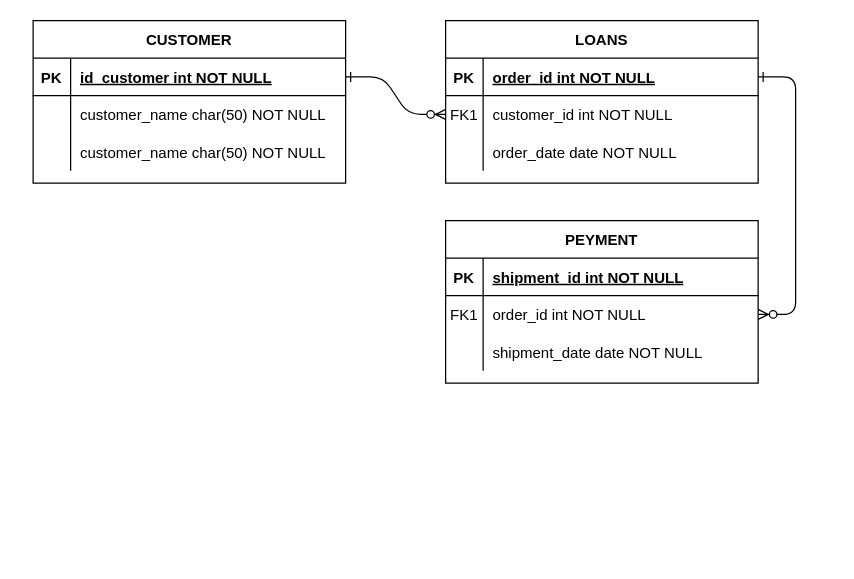
The draw.io diagram Untitled Diagram.drawio in aleestrada/Aprendo, before the edit. Source tidied: cells renumbered, new cells numbered last; positions are measured from the earlier drawing's top-left corner, leaving out a move shared by most shapes. Both pictures are drawn from the tidied source at 125%, with x=0, y=0 at pixel (32, 20).
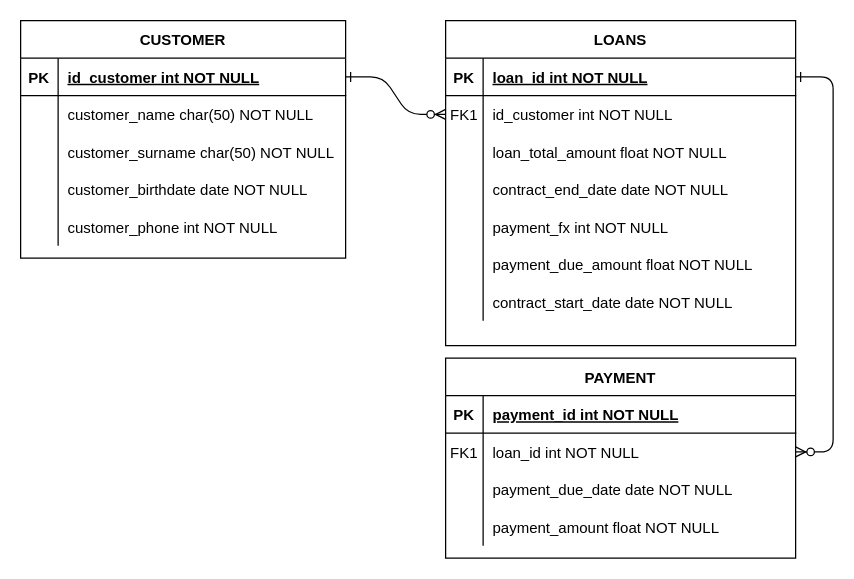
After the change.

Diff of the diagram source:
```diff
@@
     <mxCell id="4" value="LOANS" style="shape=table;startSize=30;childLayout=tableLayout;rowLines=0;fontStyle=1;align=center;" parent="1" vertex="1">
-      <mxGeometry x="330" width="250" height="130" as="geometry" />
+      <mxGeometry x="330" width="280" height="260" as="geometry" />
     </mxCell>
     <mxCell id="5" style="shape=partialRectangle;fillColor=none;points=[[0,0.5],[1,0.5]];portConstraint=eastwest;top=0;left=0;right=0;bottom=1;" parent="4" vertex="1">
-      <mxGeometry y="30" width="250" height="30" as="geometry" />
+      <mxGeometry y="30" width="280" height="30" as="geometry" />
     </mxCell>
@@
-    <mxCell id="7" value="order_id int NOT NULL " style="shape=partialRectangle;overflow=hidden;fillColor=none;top=0;left=0;bottom=0;right=0;align=left;spacingLeft=6;fontStyle=5;" parent="5" vertex="1">
-      <mxGeometry x="30" width="220" height="30" as="geometry" />
+    <mxCell id="7" value="loan_id int NOT NULL " style="shape=partialRectangle;overflow=hidden;fillColor=none;top=0;left=0;bottom=0;right=0;align=left;spacingLeft=6;fontStyle=5;" parent="5" vertex="1">
+      <mxGeometry x="30" width="250" height="30" as="geometry" />
     </mxCell>
     <mxCell id="8" style="shape=partialRectangle;fillColor=none;points=[[0,0.5],[1,0.5]];portConstraint=eastwest;top=0;left=0;right=0;bottom=0;" parent="4" vertex="1">
-      <mxGeometry y="60" width="250" height="30" as="geometry" />
+      <mxGeometry y="60" width="280" height="30" as="geometry" />
     </mxCell>
@@
-    <mxCell id="10" value="customer_id int NOT NULL" style="shape=partialRectangle;overflow=hidden;fillColor=none;top=0;left=0;bottom=0;right=0;align=left;spacingLeft=6;" parent="8" vertex="1">
-      <mxGeometry x="30" width="220" height="30" as="geometry" />
+    <mxCell id="10" value="id_customer int NOT NULL" style="shape=partialRectangle;overflow=hidden;fillColor=none;top=0;left=0;bottom=0;right=0;align=left;spacingLeft=6;" parent="8" vertex="1">
+      <mxGeometry x="30" width="250" height="30" as="geometry" />
     </mxCell>
     <mxCell id="11" style="shape=partialRectangle;fillColor=none;top=0;left=0;right=0;bottom=0;" parent="4" vertex="1">
-      <mxGeometry y="90" width="250" height="30" as="geometry" />
+      <mxGeometry y="90" width="280" height="30" as="geometry" />
     </mxCell>
@@
-    <mxCell id="13" value="order_date date NOT NULL" style="shape=partialRectangle;overflow=hidden;fillColor=none;top=0;left=0;bottom=0;right=0;align=left;spacingLeft=6;" parent="11" vertex="1">
-      <mxGeometry x="30" width="220" height="30" as="geometry" />
+    <mxCell id="13" value="loan_total_amount float NOT NULL" style="shape=partialRectangle;overflow=hidden;fillColor=none;top=0;left=0;bottom=0;right=0;align=left;spacingLeft=6;" parent="11" vertex="1">
+      <mxGeometry x="30" width="250" height="30" as="geometry" />
     </mxCell>
+    <mxCell id="34" style="shape=partialRectangle;fillColor=none;top=0;left=0;right=0;bottom=0;" parent="4" vertex="1">
+      <mxGeometry y="120" width="280" height="30" as="geometry" />
+    </mxCell>
+    <mxCell id="35" style="shape=partialRectangle;overflow=hidden;fillColor=none;top=0;left=0;bottom=0;right=0;" parent="34" vertex="1">
+      <mxGeometry width="30" height="30" as="geometry" />
+    </mxCell>
+    <mxCell id="36" value="contract_end_date date NOT NULL" style="shape=partialRectangle;overflow=hidden;fillColor=none;top=0;left=0;bottom=0;right=0;align=left;spacingLeft=6;" parent="34" vertex="1">
+      <mxGeometry x="30" width="250" height="30" as="geometry" />
+    </mxCell>
+    <mxCell id="37" style="shape=partialRectangle;fillColor=none;top=0;left=0;right=0;bottom=0;" parent="4" vertex="1">
+      <mxGeometry y="150" width="280" height="30" as="geometry" />
+    </mxCell>
+    <mxCell id="38" style="shape=partialRectangle;overflow=hidden;fillColor=none;top=0;left=0;bottom=0;right=0;" parent="37" vertex="1">
+      <mxGeometry width="30" height="30" as="geometry" />
+    </mxCell>
+    <mxCell id="39" value="payment_fx int NOT NULL" style="shape=partialRectangle;overflow=hidden;fillColor=none;top=0;left=0;bottom=0;right=0;align=left;spacingLeft=6;" parent="37" vertex="1">
+      <mxGeometry x="30" width="250" height="30" as="geometry" />
+    </mxCell>
+    <mxCell id="40" style="shape=partialRectangle;fillColor=none;top=0;left=0;right=0;bottom=0;" parent="4" vertex="1">
+      <mxGeometry y="180" width="280" height="30" as="geometry" />
+    </mxCell>
+    <mxCell id="41" style="shape=partialRectangle;overflow=hidden;fillColor=none;top=0;left=0;bottom=0;right=0;" parent="40" vertex="1">
+      <mxGeometry width="30" height="30" as="geometry" />
+    </mxCell>
+    <mxCell id="42" value="payment_due_amount float NOT NULL" style="shape=partialRectangle;overflow=hidden;fillColor=none;top=0;left=0;bottom=0;right=0;align=left;spacingLeft=6;" parent="40" vertex="1">
+      <mxGeometry x="30" width="250" height="30" as="geometry" />
+    </mxCell>
+    <mxCell id="43" style="shape=partialRectangle;fillColor=none;top=0;left=0;right=0;bottom=0;" parent="4" vertex="1">
+      <mxGeometry y="210" width="280" height="30" as="geometry" />
+    </mxCell>
+    <mxCell id="44" style="shape=partialRectangle;overflow=hidden;fillColor=none;top=0;left=0;bottom=0;right=0;" parent="43" vertex="1">
+      <mxGeometry width="30" height="30" as="geometry" />
+    </mxCell>
+    <mxCell id="45" value="contract_start_date date NOT NULL" style="shape=partialRectangle;overflow=hidden;fillColor=none;top=0;left=0;bottom=0;right=0;align=left;spacingLeft=6;" parent="43" vertex="1">
+      <mxGeometry x="30" width="250" height="30" as="geometry" />
+    </mxCell>
-    <mxCell id="14" value="PEYMENT" style="shape=table;startSize=30;childLayout=tableLayout;rowLines=0;fontStyle=1;align=center;" parent="1" vertex="1">
-      <mxGeometry x="330" y="160" width="250" height="130" as="geometry" />
+    <mxCell id="14" value="PAYMENT" style="shape=table;startSize=30;childLayout=tableLayout;rowLines=0;fontStyle=1;align=center;" parent="1" vertex="1">
+      <mxGeometry x="330" y="270" width="280" height="160" as="geometry" />
     </mxCell>
     <mxCell id="15" style="shape=partialRectangle;fillColor=none;top=0;left=0;right=0;bottom=1;" parent="14" vertex="1">
-      <mxGeometry y="30" width="250" height="30" as="geometry" />
+      <mxGeometry y="30" width="280" height="30" as="geometry" />
     </mxCell>
@@
-    <mxCell id="17" value="shipment_id int NOT NULL " style="shape=partialRectangle;overflow=hidden;fillColor=none;top=0;left=0;bottom=0;right=0;align=left;spacingLeft=6;fontStyle=5;" parent="15" vertex="1">
-      <mxGeometry x="30" width="220" height="30" as="geometry" />
+    <mxCell id="17" value="payment_id int NOT NULL " style="shape=partialRectangle;overflow=hidden;fillColor=none;top=0;left=0;bottom=0;right=0;align=left;spacingLeft=6;fontStyle=5;" parent="15" vertex="1">
+      <mxGeometry x="30" width="250" height="30" as="geometry" />
     </mxCell>
     <mxCell id="18" style="shape=partialRectangle;fillColor=none;points=[[0,0.5],[1,0.5]];portConstraint=eastwest;top=0;left=0;right=0;bottom=0;" parent="14" vertex="1">
-      <mxGeometry y="60" width="250" height="30" as="geometry" />
+      <mxGeometry y="60" width="280" height="30" as="geometry" />
     </mxCell>
@@
-    <mxCell id="20" value="order_id int NOT NULL" style="shape=partialRectangle;overflow=hidden;fillColor=none;top=0;left=0;bottom=0;right=0;align=left;spacingLeft=6;" parent="18" vertex="1">
-      <mxGeometry x="30" width="220" height="30" as="geometry" />
+    <mxCell id="20" value="loan_id int NOT NULL" style="shape=partialRectangle;overflow=hidden;fillColor=none;top=0;left=0;bottom=0;right=0;align=left;spacingLeft=6;" parent="18" vertex="1">
+      <mxGeometry x="30" width="250" height="30" as="geometry" />
     </mxCell>
     <mxCell id="21" style="shape=partialRectangle;fillColor=none;top=0;left=0;right=0;bottom=0;" parent="14" vertex="1">
-      <mxGeometry y="90" width="250" height="30" as="geometry" />
+      <mxGeometry y="90" width="280" height="30" as="geometry" />
     </mxCell>
@@
-    <mxCell id="23" value="shipment_date date NOT NULL" style="shape=partialRectangle;overflow=hidden;fillColor=none;top=0;left=0;bottom=0;right=0;align=left;spacingLeft=6;" parent="21" vertex="1">
-      <mxGeometry x="30" width="220" height="30" as="geometry" />
+    <mxCell id="23" value="payment_due_date date NOT NULL" style="shape=partialRectangle;overflow=hidden;fillColor=none;top=0;left=0;bottom=0;right=0;align=left;spacingLeft=6;" parent="21" vertex="1">
+      <mxGeometry x="30" width="250" height="30" as="geometry" />
     </mxCell>
+    <mxCell id="46" style="shape=partialRectangle;fillColor=none;top=0;left=0;right=0;bottom=0;" parent="14" vertex="1">
+      <mxGeometry y="120" width="280" height="30" as="geometry" />
+    </mxCell>
+    <mxCell id="47" style="shape=partialRectangle;overflow=hidden;fillColor=none;top=0;left=0;bottom=0;right=0;" parent="46" vertex="1">
+      <mxGeometry width="30" height="30" as="geometry" />
+    </mxCell>
+    <mxCell id="48" value="payment_amount float NOT NULL" style="shape=partialRectangle;overflow=hidden;fillColor=none;top=0;left=0;bottom=0;right=0;align=left;spacingLeft=6;" parent="46" vertex="1">
+      <mxGeometry x="30" width="250" height="30" as="geometry" />
+    </mxCell>
     <mxCell id="24" value="CUSTOMER" style="shape=table;startSize=30;childLayout=tableLayout;rowLines=0;fontStyle=1;align=center;" parent="1" vertex="1">
-      <mxGeometry width="250" height="130" as="geometry" />
+      <mxGeometry x="-10" width="260" height="190" as="geometry" />
     </mxCell>
     <mxCell id="25" style="shape=partialRectangle;fillColor=none;points=[[0,0.5],[1,0.5]];portConstraint=eastwest;top=0;left=0;right=0;bottom=1;" parent="24" vertex="1">
-      <mxGeometry y="30" width="250" height="30" as="geometry" />
+      <mxGeometry y="30" width="260" height="30" as="geometry" />
     </mxCell>
@@
     <mxCell id="27" value="id_customer int NOT NULL " style="shape=partialRectangle;overflow=hidden;fillColor=none;top=0;left=0;bottom=0;right=0;align=left;spacingLeft=6;fontStyle=5;" parent="25" vertex="1">
-      <mxGeometry x="30" width="220" height="30" as="geometry" />
+      <mxGeometry x="30" width="230" height="30" as="geometry" />
     </mxCell>
     <mxCell id="28" style="shape=partialRectangle;fillColor=none;top=0;left=0;right=0;bottom=0;" parent="24" vertex="1">
-      <mxGeometry y="60" width="250" height="30" as="geometry" />
+      <mxGeometry y="60" width="260" height="30" as="geometry" />
     </mxCell>
@@
     <mxCell id="30" value="customer_name char(50) NOT NULL" style="shape=partialRectangle;overflow=hidden;fillColor=none;top=0;left=0;bottom=0;right=0;align=left;spacingLeft=6;" parent="28" vertex="1">
-      <mxGeometry x="30" width="220" height="30" as="geometry" />
+      <mxGeometry x="30" width="230" height="30" as="geometry" />
     </mxCell>
     <mxCell id="31" style="shape=partialRectangle;fillColor=none;top=0;left=0;right=0;bottom=0;" parent="24" vertex="1">
-      <mxGeometry y="90" width="250" height="30" as="geometry" />
+      <mxGeometry y="90" width="260" height="30" as="geometry" />
     </mxCell>
@@
-    <mxCell id="33" value="customer_name char(50) NOT NULL" style="shape=partialRectangle;overflow=hidden;fillColor=none;top=0;left=0;bottom=0;right=0;align=left;spacingLeft=6;" parent="31" vertex="1">
-      <mxGeometry x="30" width="220" height="30" as="geometry" />
+    <mxCell id="33" value="customer_surname char(50) NOT NULL" style="shape=partialRectangle;overflow=hidden;fillColor=none;top=0;left=0;bottom=0;right=0;align=left;spacingLeft=6;" parent="31" vertex="1">
+      <mxGeometry x="30" width="230" height="30" as="geometry" />
     </mxCell>
+    <mxCell id="49" style="shape=partialRectangle;fillColor=none;top=0;left=0;right=0;bottom=0;" parent="24" vertex="1">
+      <mxGeometry y="120" width="260" height="30" as="geometry" />
+    </mxCell>
+    <mxCell id="50" style="shape=partialRectangle;overflow=hidden;fillColor=none;top=0;left=0;bottom=0;right=0;" parent="49" vertex="1">
+      <mxGeometry width="30" height="30" as="geometry" />
+    </mxCell>
+    <mxCell id="51" value="customer_birthdate date NOT NULL" style="shape=partialRectangle;overflow=hidden;fillColor=none;top=0;left=0;bottom=0;right=0;align=left;spacingLeft=6;" parent="49" vertex="1">
+      <mxGeometry x="30" width="230" height="30" as="geometry" />
+    </mxCell>
+    <mxCell id="52" style="shape=partialRectangle;fillColor=none;top=0;left=0;right=0;bottom=0;" parent="24" vertex="1">
+      <mxGeometry y="150" width="260" height="30" as="geometry" />
+    </mxCell>
+    <mxCell id="53" style="shape=partialRectangle;overflow=hidden;fillColor=none;top=0;left=0;bottom=0;right=0;" parent="52" vertex="1">
+      <mxGeometry width="30" height="30" as="geometry" />
+    </mxCell>
+    <mxCell id="54" value="customer_phone int NOT NULL" style="shape=partialRectangle;overflow=hidden;fillColor=none;top=0;left=0;bottom=0;right=0;align=left;spacingLeft=6;" parent="52" vertex="1">
+      <mxGeometry x="30" width="230" height="30" as="geometry" />
+    </mxCell>
```
